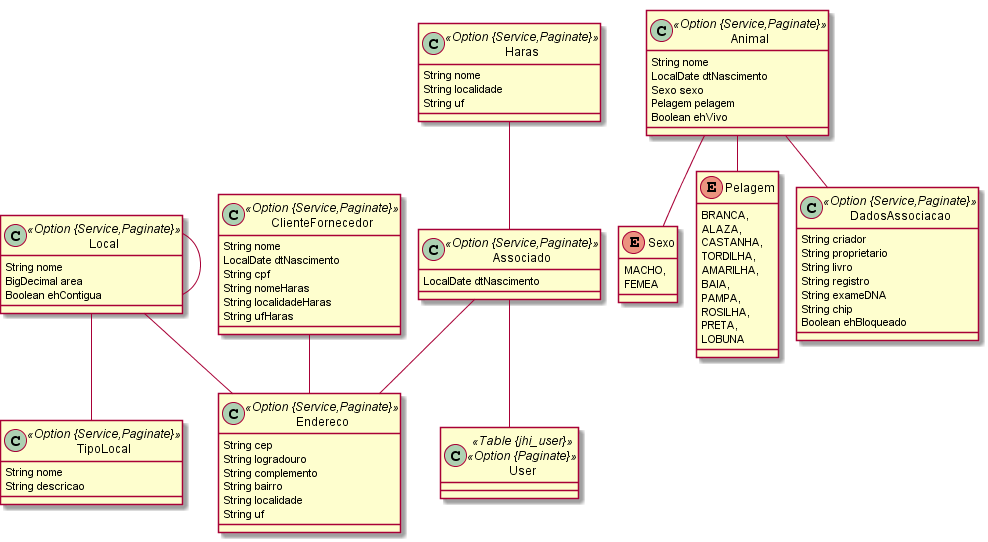
Above: mmgestor.png in mjagfilho/mmgestor (PlantUML), before the change.
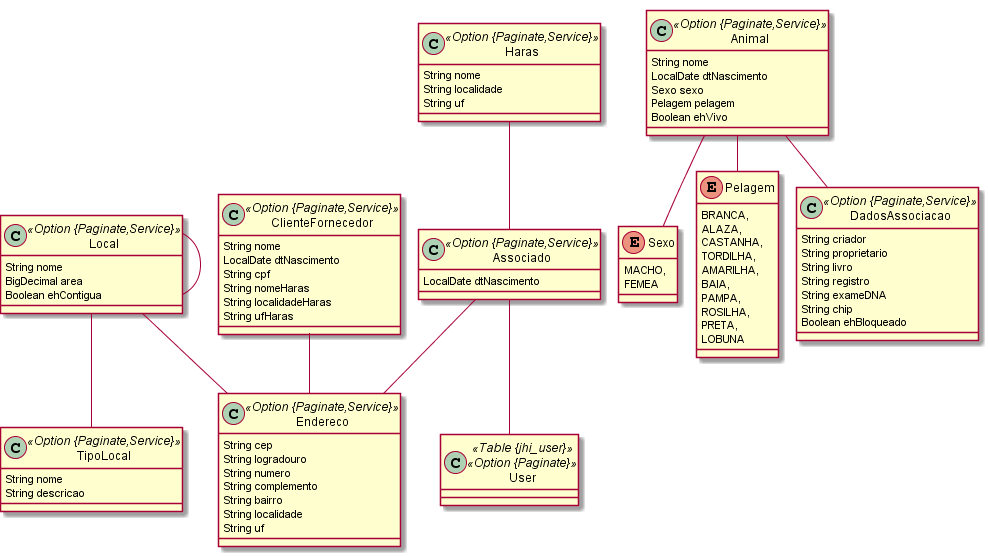
The same file after the commit.

The edit, as a diff of the source:
```diff
@@ -3,32 +3,33 @@
 	!pragma syntax class
 	class User <<Table {jhi_user}>><<Option {Paginate}>> {
 	}
-	class Endereco <<Option {Service,Paginate}>> {
+	class Endereco <<Option {Paginate,Service}>> {
 		String cep
 		String logradouro
+		String numero
 		String complemento
 		String bairro
 		String localidade
 		String uf
 	}
-	class Associado <<Option {Service,Paginate}>> {
+	class Associado <<Option {Paginate,Service}>> {
 		LocalDate dtNascimento
 	}
-	class Haras <<Option {Service,Paginate}>> {
+	class Haras <<Option {Paginate,Service}>> {
 		String nome
 		String localidade
 		String uf
 	}
-	class TipoLocal <<Option {Service,Paginate}>> {
+	class TipoLocal <<Option {Paginate,Service}>> {
 		String nome
 		String descricao
 	}
-	class Local <<Option {Service,Paginate}>> {
+	class Local <<Option {Paginate,Service}>> {
 		String nome
 		BigDecimal area
 		Boolean ehContigua
 	}
-	class ClienteFornecedor <<Option {Service,Paginate}>> {
+	class ClienteFornecedor <<Option {Paginate,Service}>> {
 		String nome
 		LocalDate dtNascimento
 		String cpf
@@ -52,7 +53,7 @@
 		PRETA,
 		LOBUNA
 	}
-	class Animal <<Option {Service,Paginate}>> {
+	class Animal <<Option {Paginate,Service}>> {
 		String nome
 		LocalDate dtNascimento
 		Sexo sexo
@@ -61,7 +62,7 @@
 	}
 	Animal ..> Sexo
 	Animal ..> Pelagem
-	class DadosAssociacao <<Option {Service,Paginate}>> {
+	class DadosAssociacao <<Option {Paginate,Service}>> {
 		String criador
 		String proprietario
 		String livro
```
